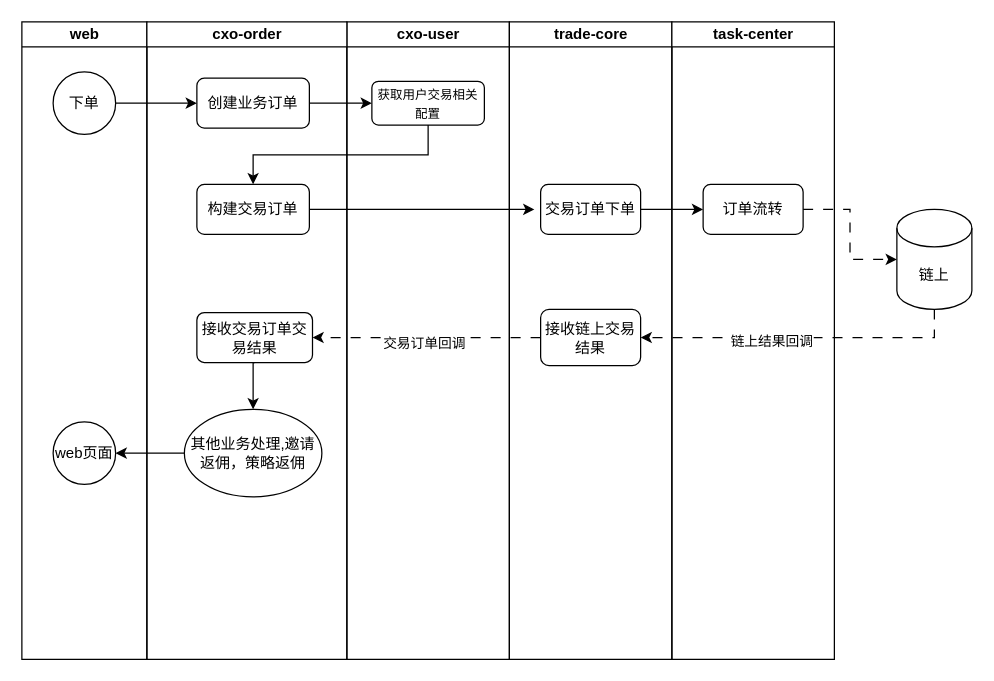
Before: 交易.drawio in ZiHengLee/drawio, a draw.io diagram. Source tidied: cells renumbered, new cells numbered last; positions are measured from the earlier drawing's top-left corner, leaving out a move shared by most shapes. Both pictures are drawn from the tidied source at 125%, with x=0, y=0 at pixel (21, 21).
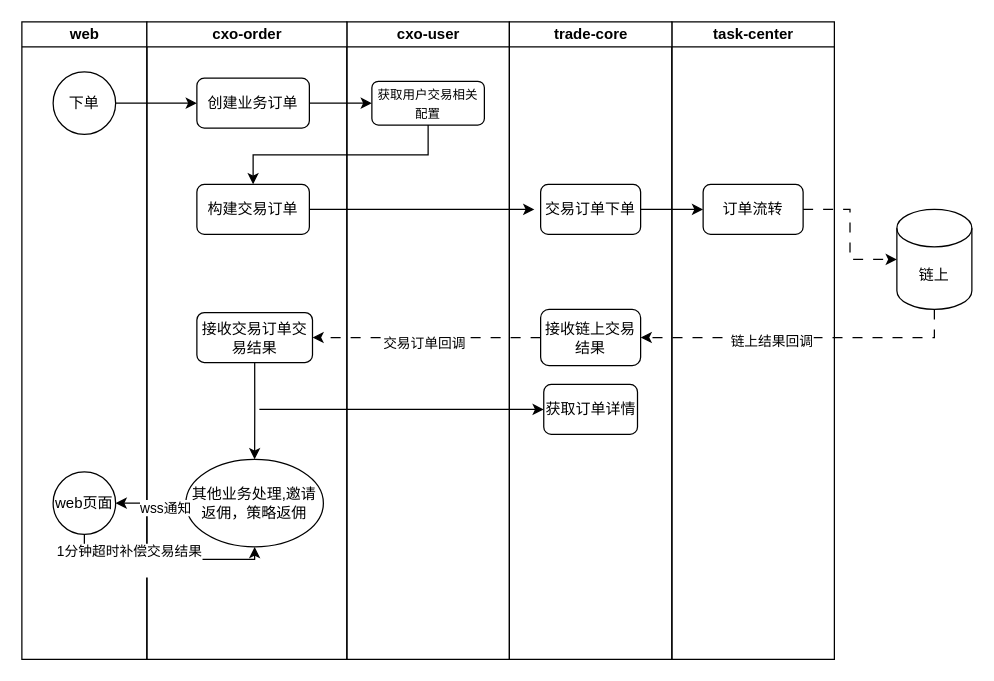
The same diagram, later.

Unchanged cells that the change refers to:
```xml
<mxCell id="2" value="web" style="swimlane;startSize=20;html=1;" parent="1" vertex="1">
  <mxGeometry width="100" height="510" as="geometry" />
</mxCell>
<mxCell id="5" value="cxo-user" style="swimlane;startSize=20;html=1;" parent="1" vertex="1">
  <mxGeometry x="260" width="130" height="510" as="geometry" />
</mxCell>
<mxCell id="7" value="cxo-order" style="swimlane;startSize=20;html=1;" parent="1" vertex="1">
  <mxGeometry x="100" width="160" height="510" as="geometry" />
</mxCell>
<mxCell id="15" value="交易订单下单" style="rounded=1;whiteSpace=wrap;html=1;" parent="14" vertex="1">
  <mxGeometry x="25" y="130" width="80" height="40" as="geometry" />
</mxCell>
<mxCell id="29" style="edgeStyle=orthogonalEdgeStyle;rounded=0;jettySize=auto;html=1;exitX=0;exitY=0.5;exitDx=0;exitDy=0;entryX=1;entryY=0.5;entryDx=0;entryDy=0;" parent="1" edge="1" source="13" target="4">
  <mxGeometry relative="1" as="geometry" />
</mxCell>
```

The edit, as a diff of the source:
```diff
@@
     <mxCell id="4" value="web页面" style="ellipse;whiteSpace=wrap;html=1;" parent="2" vertex="1">
-      <mxGeometry x="25" y="320" width="50" height="50" as="geometry" />
+      <mxGeometry x="25" y="360" width="50" height="50" as="geometry" />
     </mxCell>
@@
+    <mxCell id="30" style="endArrow=classic;html=1;rounded=0;entryX=0;entryY=0.5;entryDx=0;entryDy=0;" parent="5" edge="1" target="31">
+      <mxGeometry relative="1" as="geometry">
+        <mxPoint x="-70" y="310" as="sourcePoint" />
+      </mxGeometry>
+    </mxCell>
@@
     <mxCell id="13" value="其他业务处理,邀请返佣，策略返佣" style="ellipse;whiteSpace=wrap;html=1;" parent="7" vertex="1">
-      <mxGeometry x="30" y="310" width="110" height="70" as="geometry" />
+      <mxGeometry x="31.2" y="350" width="110" height="70" as="geometry" />
     </mxCell>
+    <mxCell id="17" value="task-center" style="swimlane;startSize=20;html=1;" parent="1" vertex="1">
+      <mxGeometry x="520" width="130" height="510" as="geometry" />
+    </mxCell>
+    <mxCell id="18" value="订单流转" style="rounded=1;whiteSpace=wrap;html=1;" parent="17" vertex="1">
+      <mxGeometry x="25" y="130" width="80" height="40" as="geometry" />
+    </mxCell>
-    <mxCell id="14" value="trade-core" style="swimlane;startSize=20;html=1;" parent="1" vertex="1">
-      <mxGeometry x="390" width="130" height="510" as="geometry" />
+    <mxCell id="14" value="trade-core" style="swimlane;startSize=20;html=1;" parent="17" vertex="1">
+      <mxGeometry x="-130" width="130" height="510" as="geometry" />
     </mxCell>
@@
-    <mxCell id="17" value="task-center" style="swimlane;startSize=20;html=1;" parent="1" vertex="1">
-      <mxGeometry x="520" width="130" height="510" as="geometry" />
-    </mxCell>
-    <mxCell id="18" value="订单流转" style="rounded=1;whiteSpace=wrap;html=1;" parent="17" vertex="1">
-      <mxGeometry x="25" y="130" width="80" height="40" as="geometry" />
-    </mxCell>
+    <mxCell id="31" value="获取订单详情" style="rounded=1;whiteSpace=wrap;html=1;" parent="14" vertex="1">
+      <mxGeometry x="27.5" y="290" width="75" height="40" as="geometry" />
+    </mxCell>
+    <mxCell id="25" style="edgeStyle=orthogonalEdgeStyle;rounded=0;jettySize=auto;html=1;exitX=1;exitY=0.5;exitDx=0;exitDy=0;entryX=0;entryY=0.5;entryDx=0;entryDy=0;" parent="17" edge="1" source="15" target="18">
+      <mxGeometry relative="1" as="geometry" />
+    </mxCell>
@@
-    <mxCell id="25" style="edgeStyle=orthogonalEdgeStyle;rounded=0;jettySize=auto;html=1;exitX=1;exitY=0.5;exitDx=0;exitDy=0;entryX=0;entryY=0.5;entryDx=0;entryDy=0;" parent="1" edge="1" source="15" target="18">
-      <mxGeometry relative="1" as="geometry" />
-    </mxCell>
@@
+    <mxCell id="32" value="wss通知" style="edgeLabel;html=1;align=center;verticalAlign=middle;" parent="29" vertex="1">
+      <mxGeometry x="-0.39" y="3" relative="1" as="geometry" />
+    </mxCell>
+    <mxCell id="33" style="edgeStyle=orthogonalEdgeStyle;rounded=0;jettySize=auto;html=1;exitX=0.5;exitY=1;exitDx=0;exitDy=0;entryX=0.5;entryY=1;entryDx=0;entryDy=0;" parent="1" edge="1" source="4" target="13">
+      <mxGeometry relative="1" as="geometry" />
+    </mxCell>
+    <mxCell id="34" value="1分钟超时补偿交易结果&lt;div&gt;&lt;br&gt;&lt;/div&gt;" style="edgeLabel;html=1;align=center;verticalAlign=middle;" parent="33" vertex="1">
+      <mxGeometry x="-0.34" relative="1" as="geometry" />
+    </mxCell>
```
